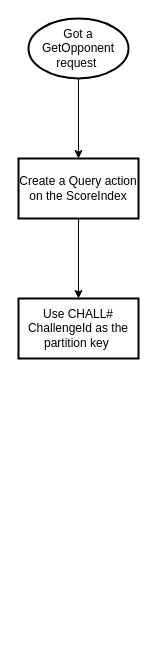
Earlier version of the draw.io diagram page "Get Opponents" (7 of 7) of PVP OOTD.drawio (yaohuiwu/SimpleFS). Source tidied: cells renumbered, new cells numbered last; positions are measured from the earlier drawing's top-left corner, leaving out a move shared by most shapes. Both pictures are drawn from the tidied source at 100%, with x=0, y=0 at pixel (18, 18).
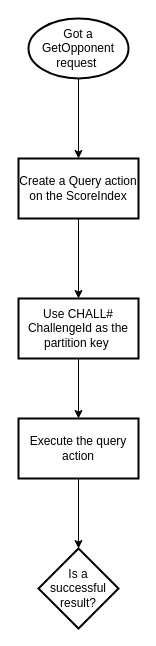
After the change.

Change to the diagram source:
```diff
@@
 <mxGraphModel>
   <root>
     <mxCell id="0" />
     <mxCell id="1" parent="0" />
     <mxCell id="2" style="edgeStyle=orthogonalEdgeStyle;rounded=0;jettySize=auto;html=1;" parent="1" edge="1" source="3" target="5">
       <mxGeometry relative="1" as="geometry" />
     </mxCell>
     <mxCell id="3" value="Got a GetOpponent request&amp;nbsp;" style="strokeWidth=2;html=1;shape=mxgraph.flowchart.start_1;whiteSpace=wrap;" parent="1" vertex="1">
       <mxGeometry x="10" width="100" height="60" as="geometry" />
     </mxCell>
     <mxCell id="4" style="edgeStyle=orthogonalEdgeStyle;rounded=0;jettySize=auto;html=1;" parent="1" edge="1" source="5" target="6">
       <mxGeometry relative="1" as="geometry" />
     </mxCell>
     <mxCell id="5" value="Create a Query action on the ScoreIndex" style="whiteSpace=wrap;html=1;strokeWidth=2;" parent="1" vertex="1">
       <mxGeometry y="140" width="120" height="60" as="geometry" />
     </mxCell>
+    <mxCell id="7" style="edgeStyle=orthogonalEdgeStyle;rounded=0;jettySize=auto;html=1;" parent="1" edge="1" source="6" target="9">
+      <mxGeometry relative="1" as="geometry" />
+    </mxCell>
     <mxCell id="6" value="Use CHALL#&lt;br&gt;ChallengeId as the partition key&amp;nbsp;" style="whiteSpace=wrap;html=1;strokeWidth=2;" parent="1" vertex="1">
       <mxGeometry y="280" width="120" height="60" as="geometry" />
     </mxCell>
+    <mxCell id="8" style="edgeStyle=orthogonalEdgeStyle;rounded=0;jettySize=auto;html=1;" parent="1" edge="1" source="9" target="10">
+      <mxGeometry relative="1" as="geometry" />
+    </mxCell>
+    <mxCell id="9" value="Execute the query action" style="whiteSpace=wrap;html=1;strokeWidth=2;" parent="1" vertex="1">
+      <mxGeometry y="400" width="120" height="60" as="geometry" />
+    </mxCell>
+    <mxCell id="10" value="Is a successful result?" style="rhombus;whiteSpace=wrap;html=1;strokeWidth=2;" parent="1" vertex="1">
+      <mxGeometry x="20" y="530" width="80" height="80" as="geometry" />
+    </mxCell>
   </root>
 </mxGraphModel>
```
